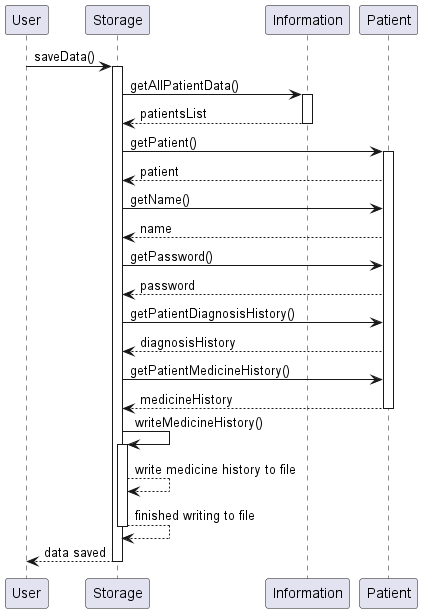
This is docs/diagrams/saveDataSequenceDiagram.png from nus-cs2113-AY2223S2/tp, a PlantUML export, as it was before one commit. Its diagram source:
```plantuml
@startuml
participant User

User -> Storage: saveData()
activate Storage
Storage -> Information: getAllPatientData()
activate Information
Information --> Storage: patientsList
deactivate Information
Storage -> Patient: getPatient()
activate Patient
Patient --> Storage: patient
Storage -> Patient: getName()
Patient --> Storage: name
Storage -> Patient: getPassword()
Patient --> Storage: password
Storage -> Patient: getPatientDiagnosisHistory()
Patient --> Storage: diagnosisHistory
Storage -> Patient: getPatientMedicineHistory()
Patient --> Storage: medicineHistory
deactivate Patient
Storage -> Storage: writeMedicineHistory()
activate Storage
Storage --> Storage: write medicine history to file
Storage --> Storage: finished writing to file
deactivate Storage
User <-- Storage: data saved
deactivate Storage

@enduml
```
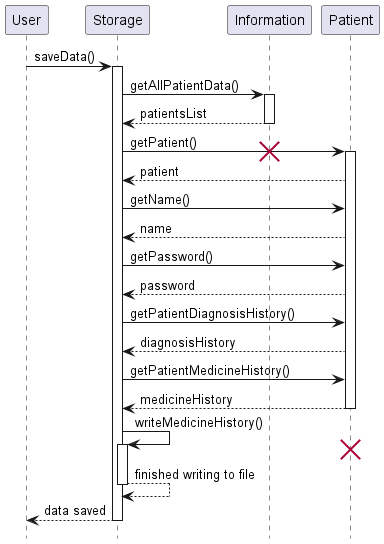
After the commit.

Change to the diagram source:
```diff
@@ -1,4 +1,6 @@
 @startuml
+!include Style.puml
+hide footbox
 participant User
 
 User -> Storage: saveData()
@@ -8,6 +10,7 @@
 Information --> Storage: patientsList
 deactivate Information
 Storage -> Patient: getPatient()
+destroy Information
 activate Patient
 Patient --> Storage: patient
 Storage -> Patient: getName()
@@ -20,8 +23,8 @@
 Patient --> Storage: medicineHistory
 deactivate Patient
 Storage -> Storage: writeMedicineHistory()
+destroy Patient
 activate Storage
-Storage --> Storage: write medicine history to file
 Storage --> Storage: finished writing to file
 deactivate Storage
 User <-- Storage: data saved
```
